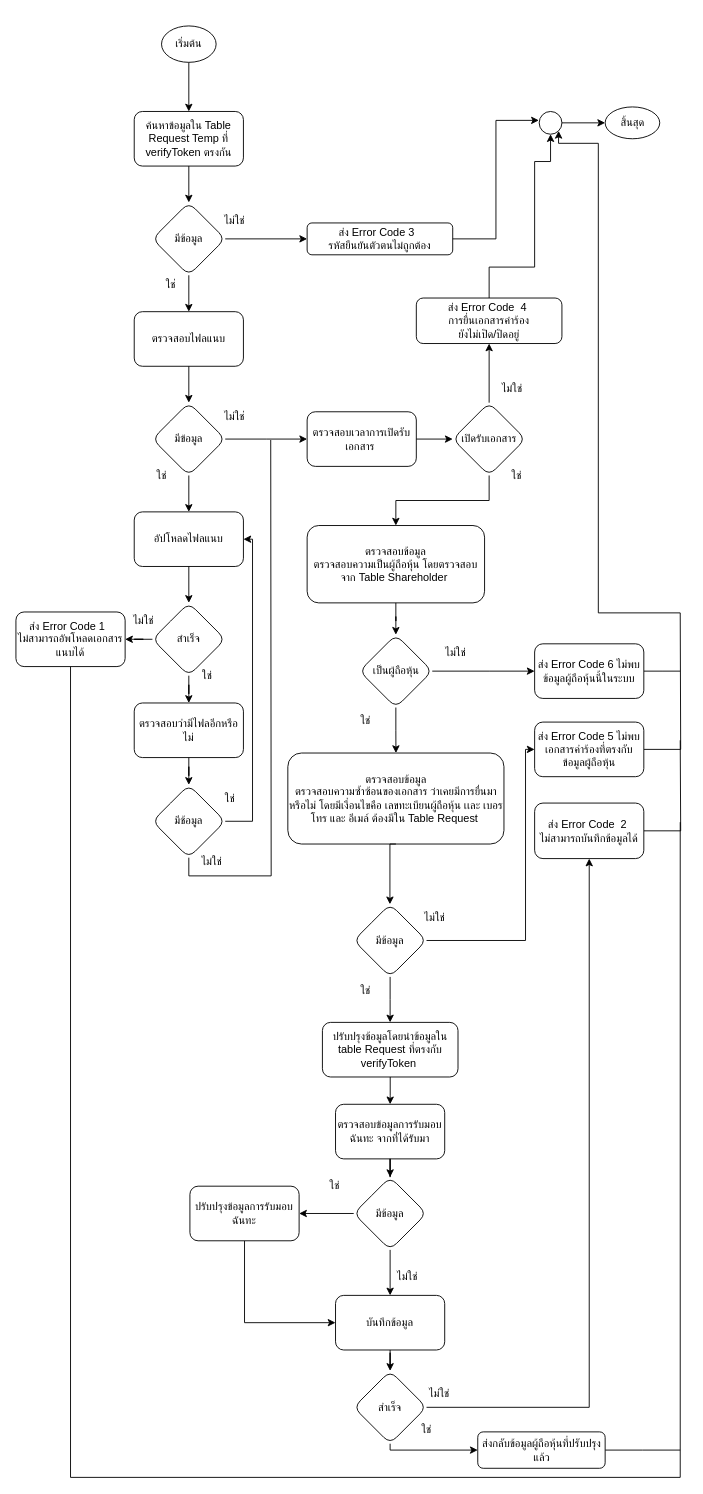
Above: updateRequestForm.drawio in charifrodmanee/charifrodmanee (draw.io), before the change. Source tidied: cells renumbered, new cells numbered last; positions are measured from the earlier drawing's top-left corner, leaving out a move shared by most shapes. Both pictures are drawn from the tidied source at 91%, with x=0, y=0 at pixel (15, 15).
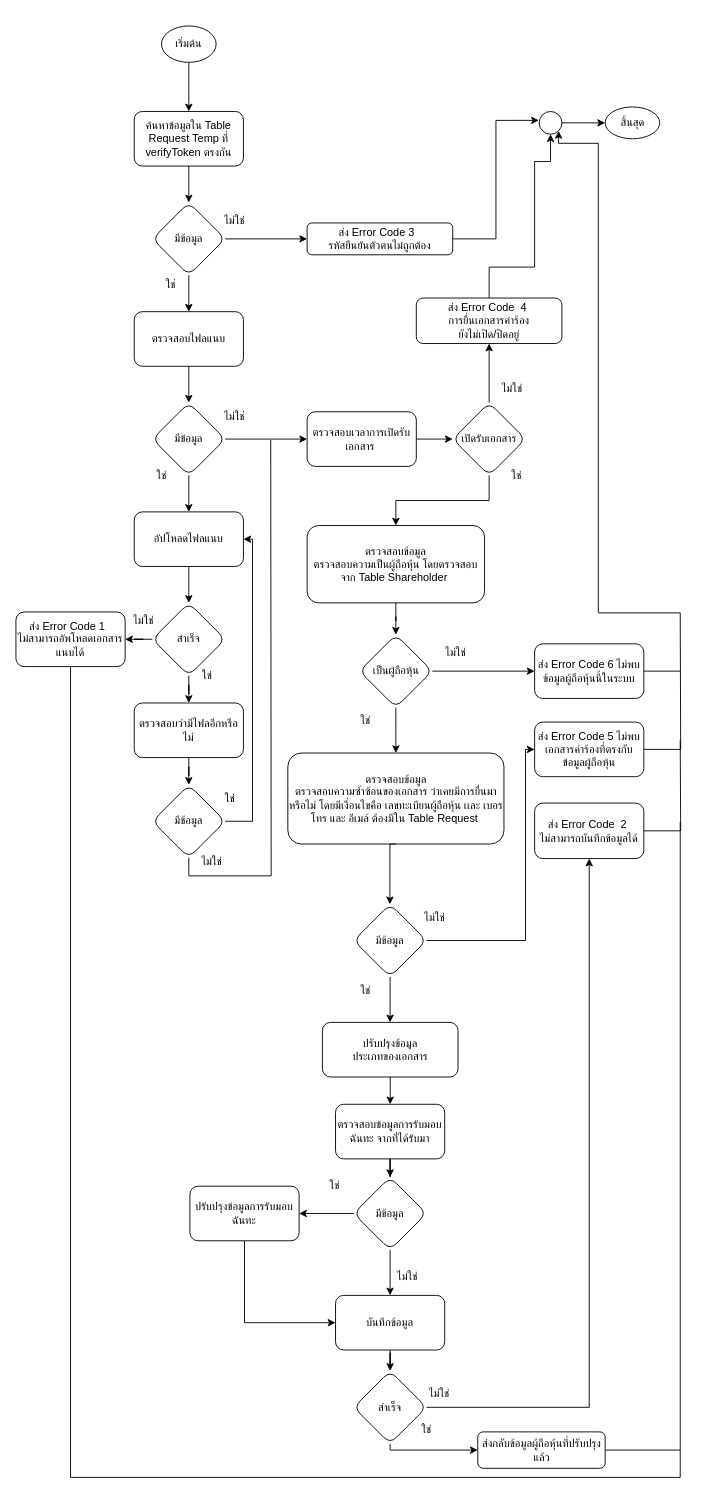
After the change.

The change refers to these unchanged cells:
```xml
<mxCell id="2" style="group;" parent="1" vertex="1">
  <mxGeometry width="730" height="1606" as="geometry" />
</mxCell>
```

What changed in the source:
```diff
@@
-    <mxCell id="10" value="ปรับปรุงข้อมูลโดยนำข้อมูลใน table Request ที่ตรงกับ verifyToken&amp;nbsp;" style="rounded=1;whiteSpace=wrap;html=1;" parent="2" vertex="1">
+    <mxCell id="10" value="ปรับปรุงข้อมูล&lt;br&gt;ประเภทของเอกสาร" style="rounded=1;whiteSpace=wrap;html=1;" parent="2" vertex="1">
       <mxGeometry x="336.8" y="1106" width="149" height="60" as="geometry" />
     </mxCell>
```
